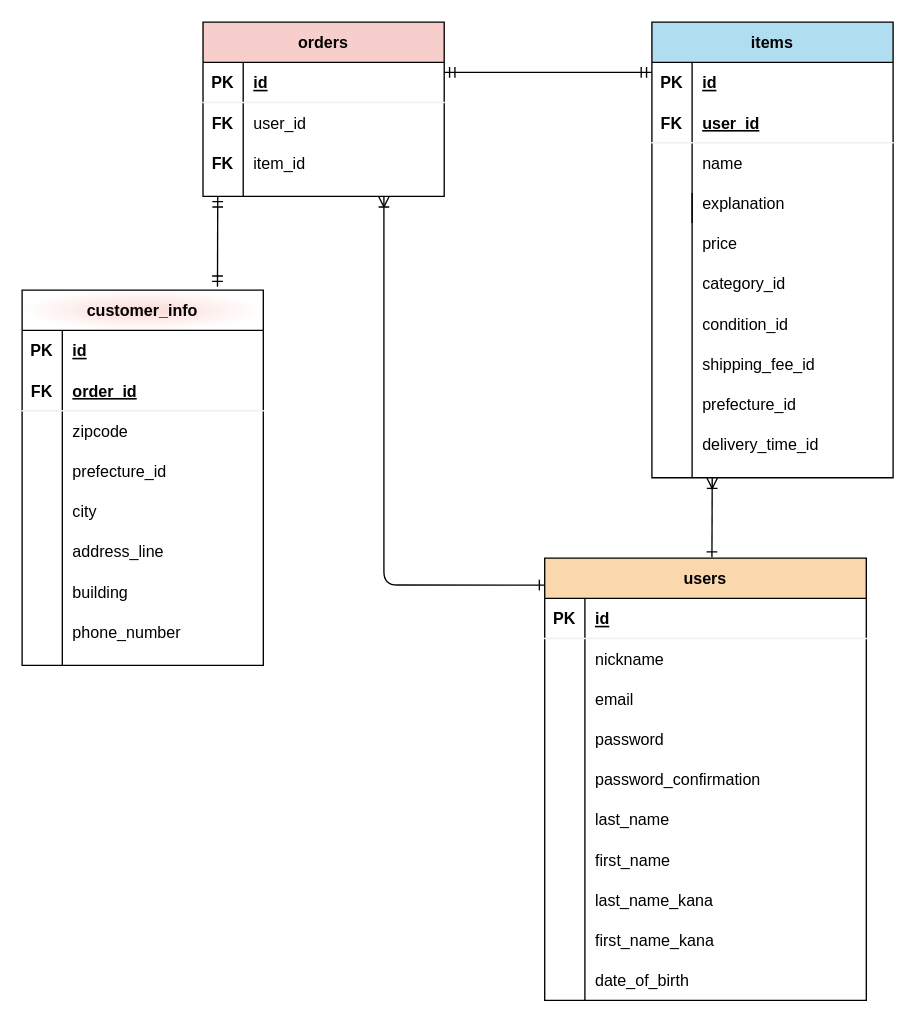
Hannah-zky/furima-38597 keeps this draw.io diagram as furima.dio. Above is the earlier version. Source tidied: cells renumbered, new cells numbered last; positions are measured from the earlier drawing's top-left corner, leaving out a move shared by most shapes. Both pictures are drawn from the tidied source at 134%, with x=0, y=0 at pixel (21, 21).
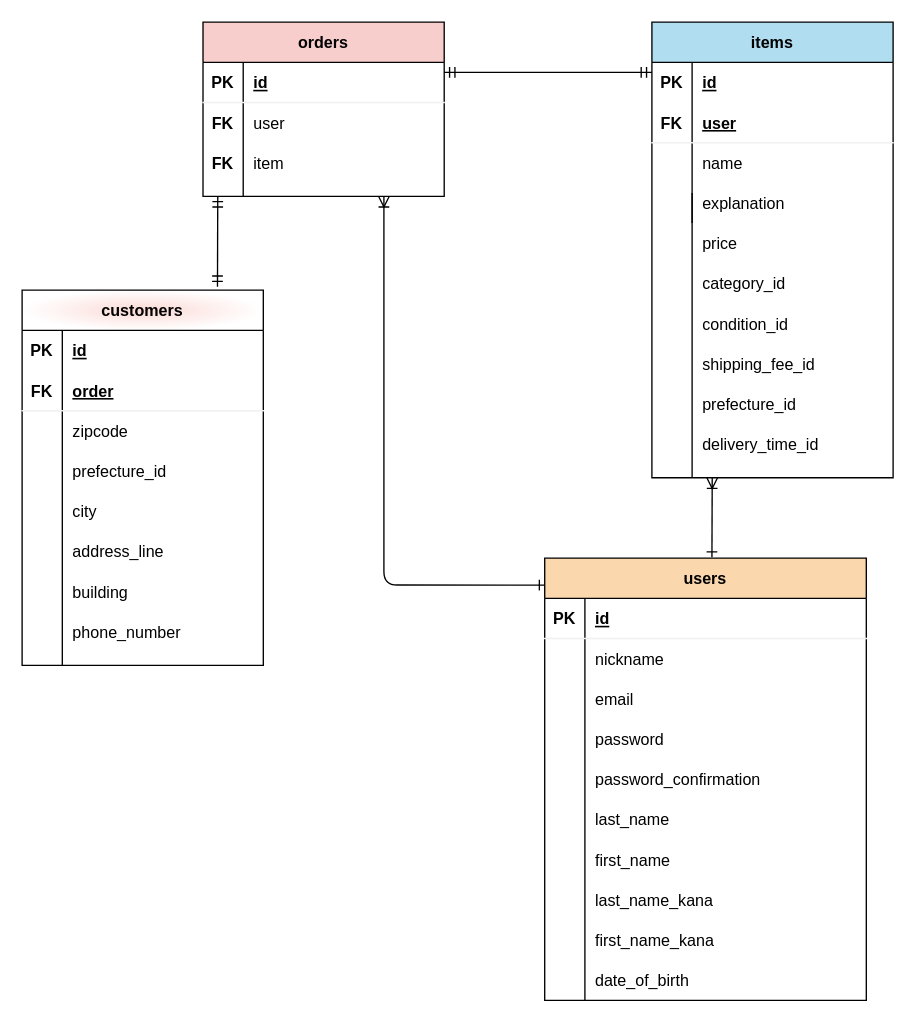
After the change.

Commit message:
ER図カラム名の変更

The change refers to these unchanged cells:
```xml
<mxCell id="28" style="shape=partialRectangle;fillColor=none;top=0;left=0;bottom=1;right=0;strokeColor=#F0F0F0;" parent="24" vertex="1">
  <mxGeometry y="60" width="180" height="30" as="geometry" />
</mxCell>
<mxCell id="48" style="shape=partialRectangle;fillColor=none;top=0;left=0;bottom=0;right=0;strokeColor=#F0F0F0;" parent="44" vertex="1">
  <mxGeometry y="60" width="180" height="30" as="geometry" />
</mxCell>
<mxCell id="51" style="shape=partialRectangle;fillColor=none;top=0;left=0;bottom=0;right=0;strokeColor=#F0F0F0;" parent="44" vertex="1">
  <mxGeometry y="90" width="180" height="30" as="geometry" />
</mxCell>
<mxCell id="58" style="shape=partialRectangle;fillColor=none;top=0;left=0;bottom=1;right=0;strokeColor=#F0F0F0;" parent="54" vertex="1">
  <mxGeometry y="60" width="180" height="30" as="geometry" />
</mxCell>
```

Change to the diagram source:
```diff
@@
-    <mxCell id="30" value="user_id" style="shape=partialRectangle;fillColor=none;top=0;left=0;bottom=0;right=0;align=left;spacingLeft=6;fontStyle=5;overflow=hidden;strokeColor=#F0F0F0;" parent="28" vertex="1">
+    <mxCell id="30" value="user" style="shape=partialRectangle;fillColor=none;top=0;left=0;bottom=0;right=0;align=left;spacingLeft=6;fontStyle=5;overflow=hidden;strokeColor=#F0F0F0;" parent="28" vertex="1">
       <mxGeometry x="30" width="150" height="30" as="geometry" />
     </mxCell>
@@
-    <mxCell id="50" value="user_id" style="shape=partialRectangle;fillColor=none;top=0;left=0;bottom=0;right=0;align=left;spacingLeft=6;overflow=hidden;strokeColor=#F0F0F0;" parent="48" vertex="1">
+    <mxCell id="50" value="user" style="shape=partialRectangle;fillColor=none;top=0;left=0;bottom=0;right=0;align=left;spacingLeft=6;overflow=hidden;strokeColor=#F0F0F0;" parent="48" vertex="1">
       <mxGeometry x="30" width="150" height="30" as="geometry" />
     </mxCell>
@@
-    <mxCell id="53" value="item_id" style="shape=partialRectangle;fillColor=none;top=0;left=0;bottom=0;right=0;align=left;spacingLeft=6;overflow=hidden;strokeColor=#F0F0F0;" parent="51" vertex="1">
+    <mxCell id="53" value="item" style="shape=partialRectangle;fillColor=none;top=0;left=0;bottom=0;right=0;align=left;spacingLeft=6;overflow=hidden;strokeColor=#F0F0F0;" parent="51" vertex="1">
       <mxGeometry x="30" width="150" height="30" as="geometry" />
     </mxCell>
-    <mxCell id="54" value="customer_info" style="shape=table;startSize=30;childLayout=tableLayout;rowLines=0;fontStyle=1;align=center;strokeColor=default;fillColor=#fad9d5;gradientColor=#ffffff;gradientDirection=radial;swimlaneFillColor=default;" parent="1" vertex="1">
+    <mxCell id="54" value="customers" style="shape=table;startSize=30;childLayout=tableLayout;rowLines=0;fontStyle=1;align=center;strokeColor=default;fillColor=#fad9d5;gradientColor=#ffffff;gradientDirection=radial;swimlaneFillColor=default;" parent="1" vertex="1">
       <mxGeometry y="200" width="180" height="280" as="geometry" />
     </mxCell>
@@
-    <mxCell id="60" value="order_id" style="shape=partialRectangle;fillColor=none;top=0;left=0;bottom=0;right=0;align=left;spacingLeft=6;fontStyle=5;overflow=hidden;strokeColor=#F0F0F0;" parent="58" vertex="1">
+    <mxCell id="60" value="order" style="shape=partialRectangle;fillColor=none;top=0;left=0;bottom=0;right=0;align=left;spacingLeft=6;fontStyle=5;overflow=hidden;strokeColor=#F0F0F0;" parent="58" vertex="1">
       <mxGeometry x="30" width="150" height="30" as="geometry" />
     </mxCell>
```
